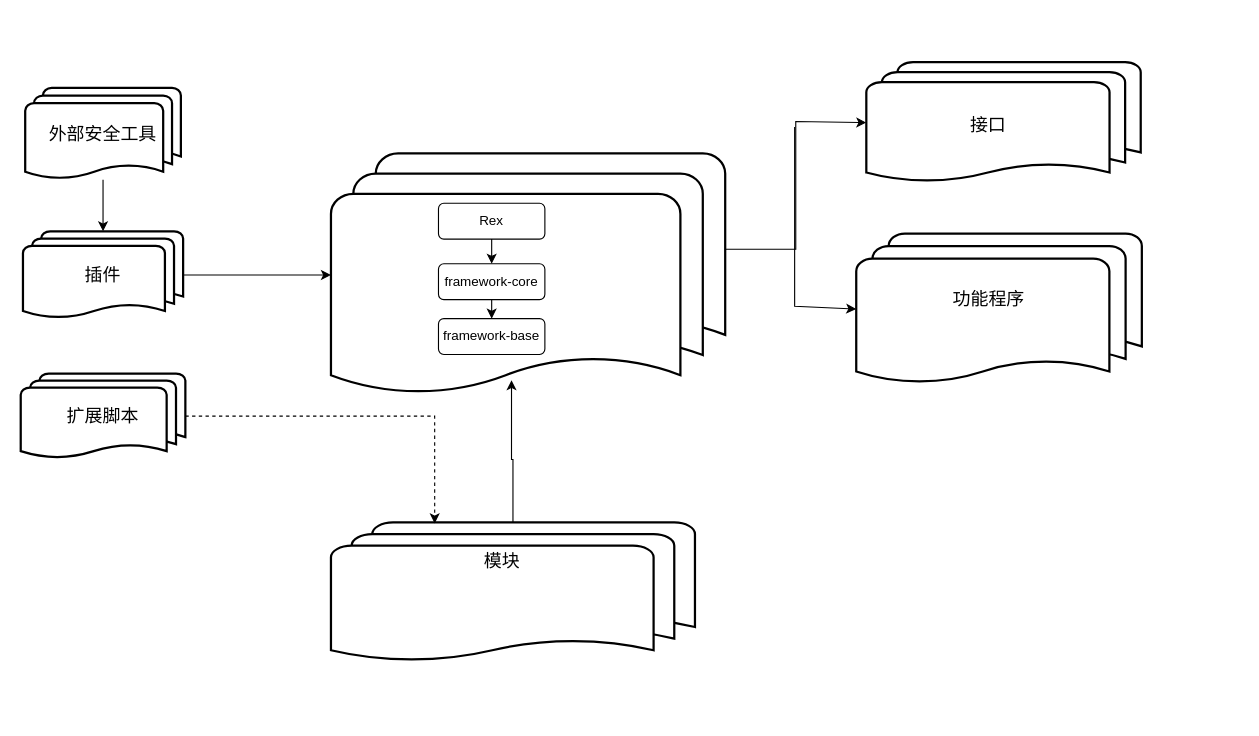
Above: metasploit.drawio in zhongyupei666/CodingStruct (draw.io), before the change. Source tidied: cells renumbered, new cells numbered last; positions are measured from the earlier drawing's top-left corner, leaving out a move shared by most shapes. Both pictures are drawn from the tidied source at 112%, with x=0, y=0 at pixel (20, 62).
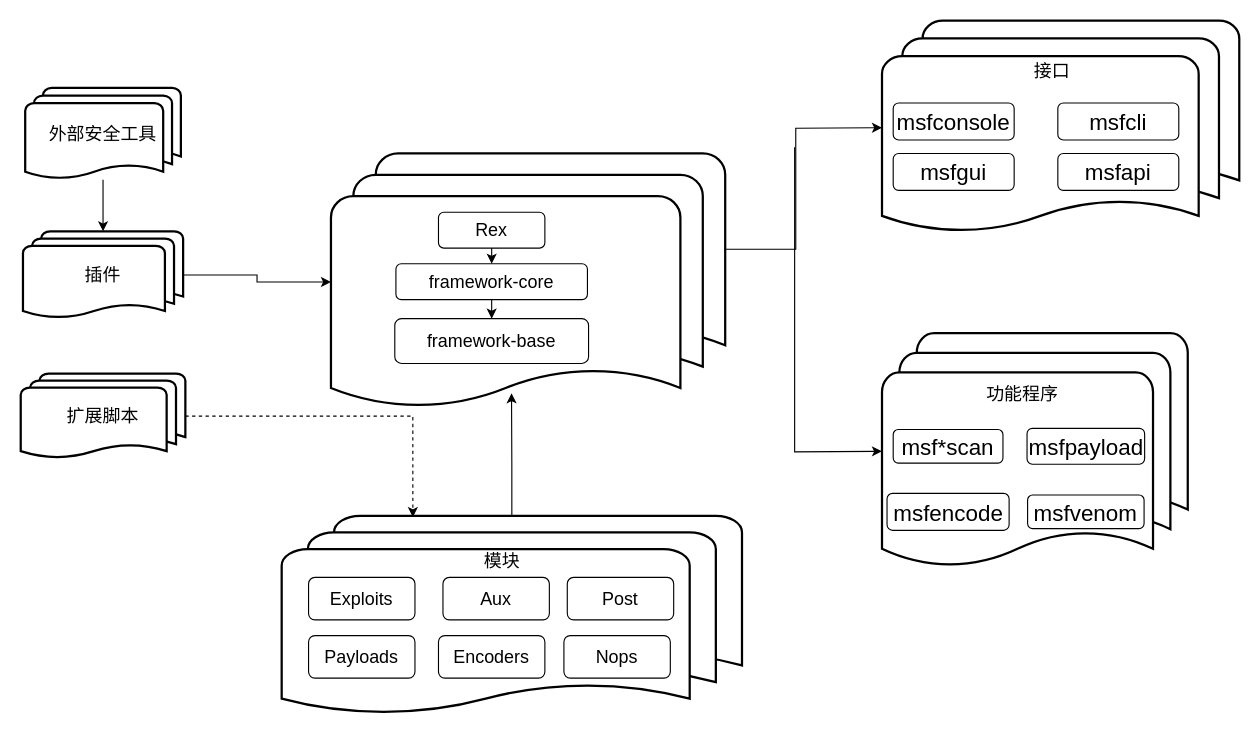
Above is the later version.

The edit, as a diff of the source:
```diff
@@
     <mxCell id="6" style="strokeWidth=2;html=1;shape=mxgraph.flowchart.multi-document;whiteSpace=wrap;" parent="1" vertex="1">
-      <mxGeometry x="277" y="81.5" width="352" height="217" as="geometry" />
+      <mxGeometry x="277" y="81.5" width="352" height="229.5" as="geometry" />
     </mxCell>
@@
-    <mxCell id="8" value="Rex" style="rounded=1;whiteSpace=wrap;html=1;" parent="1" vertex="1">
-      <mxGeometry x="373" y="126" width="95" height="32" as="geometry" />
+    <mxCell id="8" value="&lt;font style=&quot;font-size: 16px;&quot;&gt;Rex&lt;/font&gt;" style="rounded=1;whiteSpace=wrap;html=1;" parent="1" vertex="1">
+      <mxGeometry x="373" y="134" width="95" height="32" as="geometry" />
     </mxCell>
-    <mxCell id="9" value="framework-core" style="rounded=1;whiteSpace=wrap;html=1;" parent="1" vertex="1">
-      <mxGeometry x="373" y="180" width="95" height="32" as="geometry" />
+    <mxCell id="9" value="&lt;font style=&quot;font-size: 16px;&quot;&gt;framework-core&lt;/font&gt;" style="rounded=1;whiteSpace=wrap;html=1;" parent="1" vertex="1">
+      <mxGeometry x="335" y="180" width="171" height="32" as="geometry" />
     </mxCell>
-    <mxCell id="10" value="framework-base" style="rounded=1;whiteSpace=wrap;html=1;" parent="1" vertex="1">
-      <mxGeometry x="373" y="229" width="95" height="32" as="geometry" />
+    <mxCell id="10" value="&lt;font style=&quot;font-size: 16px;&quot;&gt;framework-base&lt;/font&gt;" style="rounded=1;whiteSpace=wrap;html=1;" parent="1" vertex="1">
+      <mxGeometry x="334" y="229" width="173" height="40" as="geometry" />
     </mxCell>
     <mxCell id="11" style="strokeWidth=2;html=1;shape=mxgraph.flowchart.multi-document;whiteSpace=wrap;" parent="1" vertex="1">
-      <mxGeometry x="277" y="411" width="325" height="125" as="geometry" />
+      <mxGeometry x="233" y="405" width="411" height="179" as="geometry" />
     </mxCell>
@@
     <mxCell id="13" style="strokeWidth=2;html=1;shape=mxgraph.flowchart.multi-document;whiteSpace=wrap;" parent="1" vertex="1">
-      <mxGeometry x="755" width="245" height="108" as="geometry" />
+      <mxGeometry x="769" y="-37" width="319" height="191" as="geometry" />
     </mxCell>
     <mxCell id="14" style="strokeWidth=2;html=1;shape=mxgraph.flowchart.multi-document;whiteSpace=wrap;" parent="1" vertex="1">
-      <mxGeometry x="746" y="153" width="255" height="135" as="geometry" />
+      <mxGeometry x="769" y="242" width="273" height="211" as="geometry" />
     </mxCell>
     <mxCell id="15" value="&lt;span style=&quot;font-size: 16px;&quot;&gt;接口&lt;/span&gt;" style="text;html=1;align=center;verticalAlign=middle;whiteSpace=wrap;rounded=0;" parent="1" vertex="1">
-      <mxGeometry x="834.2" y="41" width="60" height="30" as="geometry" />
+      <mxGeometry x="891" y="-7" width="60" height="30" as="geometry" />
     </mxCell>
     <mxCell id="16" value="&lt;span style=&quot;font-size: 16px;&quot;&gt;功能程序&lt;/span&gt;" style="text;html=1;align=center;verticalAlign=middle;whiteSpace=wrap;rounded=0;" parent="1" vertex="1">
-      <mxGeometry x="829" y="196" width="70.5" height="30" as="geometry" />
+      <mxGeometry x="859" y="281" width="70.5" height="30" as="geometry" />
     </mxCell>
@@
     <mxCell id="19" style="endArrow=classic;html=1;rounded=0;entryX=0;entryY=0.5;entryDx=0;entryDy=0;entryPerimeter=0;" parent="1" edge="1" target="13">
       <mxGeometry relative="1" as="geometry">
         <mxPoint x="629" y="167" as="sourcePoint" />
         <Array as="points">
           <mxPoint x="692" y="167" />
-          <mxPoint x="692" y="53" />
+          <mxPoint x="692" y="59" />
         </Array>
       </mxGeometry>
     </mxCell>
     <mxCell id="20" style="endArrow=classic;html=1;rounded=0;entryX=0;entryY=0.5;entryDx=0;entryDy=0;entryPerimeter=0;" parent="1" edge="1" target="14">
       <mxGeometry relative="1" as="geometry">
-        <mxPoint x="691" y="58" as="sourcePoint" />
+        <mxPoint x="691" y="76" as="sourcePoint" />
         <Array as="points">
-          <mxPoint x="691" y="218" />
+          <mxPoint x="691" y="348" />
         </Array>
       </mxGeometry>
     </mxCell>
@@
+    <mxCell id="23" value="&lt;font style=&quot;font-size: 16px;&quot;&gt;Exploits&lt;/font&gt;" style="rounded=1;whiteSpace=wrap;html=1;" parent="1" vertex="1">
+      <mxGeometry x="257" y="460" width="95" height="38" as="geometry" />
+    </mxCell>
+    <mxCell id="24" value="&lt;span style=&quot;font-size: 16px;&quot;&gt;Aux&lt;/span&gt;" style="rounded=1;whiteSpace=wrap;html=1;" parent="1" vertex="1">
+      <mxGeometry x="377" y="460" width="95" height="38" as="geometry" />
+    </mxCell>
+    <mxCell id="25" value="&lt;span style=&quot;font-size: 16px;&quot;&gt;Post&lt;/span&gt;" style="rounded=1;whiteSpace=wrap;html=1;" parent="1" vertex="1">
+      <mxGeometry x="488" y="460" width="95" height="38" as="geometry" />
+    </mxCell>
+    <mxCell id="26" value="&lt;span style=&quot;font-size: 16px;&quot;&gt;Payloads&lt;/span&gt;" style="rounded=1;whiteSpace=wrap;html=1;" parent="1" vertex="1">
+      <mxGeometry x="257" y="512" width="95" height="38" as="geometry" />
+    </mxCell>
+    <mxCell id="27" value="&lt;span style=&quot;font-size: 16px;&quot;&gt;Encoders&lt;/span&gt;" style="rounded=1;whiteSpace=wrap;html=1;" parent="1" vertex="1">
+      <mxGeometry x="373" y="512" width="95" height="38" as="geometry" />
+    </mxCell>
+    <mxCell id="28" value="&lt;span style=&quot;font-size: 16px;&quot;&gt;Nops&lt;/span&gt;" style="rounded=1;whiteSpace=wrap;html=1;" parent="1" vertex="1">
+      <mxGeometry x="485" y="512" width="95" height="38" as="geometry" />
+    </mxCell>
+    <mxCell id="29" value="&lt;font style=&quot;font-size: 20px;&quot;&gt;msf*scan&lt;/font&gt;" style="rounded=1;whiteSpace=wrap;html=1;" parent="1" vertex="1">
+      <mxGeometry x="779" y="328" width="98" height="30" as="geometry" />
+    </mxCell>
+    <mxCell id="30" value="&lt;font style=&quot;font-size: 20px;&quot;&gt;msfpayload&lt;/font&gt;" style="rounded=1;whiteSpace=wrap;html=1;" parent="1" vertex="1">
+      <mxGeometry x="898.5" y="327" width="105" height="32" as="geometry" />
+    </mxCell>
+    <mxCell id="31" value="&lt;font style=&quot;font-size: 20px;&quot;&gt;msfencode&lt;/font&gt;" style="rounded=1;whiteSpace=wrap;html=1;" parent="1" vertex="1">
+      <mxGeometry x="773.5" y="385" width="109" height="33" as="geometry" />
+    </mxCell>
+    <mxCell id="32" value="&lt;font style=&quot;font-size: 20px;&quot;&gt;msfvenom&lt;/font&gt;" style="rounded=1;whiteSpace=wrap;html=1;" parent="1" vertex="1">
+      <mxGeometry x="899" y="386.5" width="104" height="30" as="geometry" />
+    </mxCell>
+    <mxCell id="33" value="&lt;font style=&quot;font-size: 20px;&quot;&gt;msfconsole&lt;/font&gt;" style="rounded=1;whiteSpace=wrap;html=1;" parent="1" vertex="1">
+      <mxGeometry x="779" y="36.5" width="108" height="33" as="geometry" />
+    </mxCell>
+    <mxCell id="34" value="&lt;font style=&quot;font-size: 20px;&quot;&gt;msfcli&lt;/font&gt;" style="rounded=1;whiteSpace=wrap;html=1;" parent="1" vertex="1">
+      <mxGeometry x="926" y="36.5" width="108" height="33" as="geometry" />
+    </mxCell>
+    <mxCell id="35" value="&lt;font style=&quot;font-size: 20px;&quot;&gt;msfgui&lt;/font&gt;" style="rounded=1;whiteSpace=wrap;html=1;" parent="1" vertex="1">
+      <mxGeometry x="779" y="81.5" width="108" height="33" as="geometry" />
+    </mxCell>
+    <mxCell id="36" value="&lt;font style=&quot;font-size: 20px;&quot;&gt;msfapi&lt;/font&gt;" style="rounded=1;whiteSpace=wrap;html=1;" parent="1" vertex="1">
+      <mxGeometry x="926" y="81.5" width="108" height="33" as="geometry" />
+    </mxCell>
```
